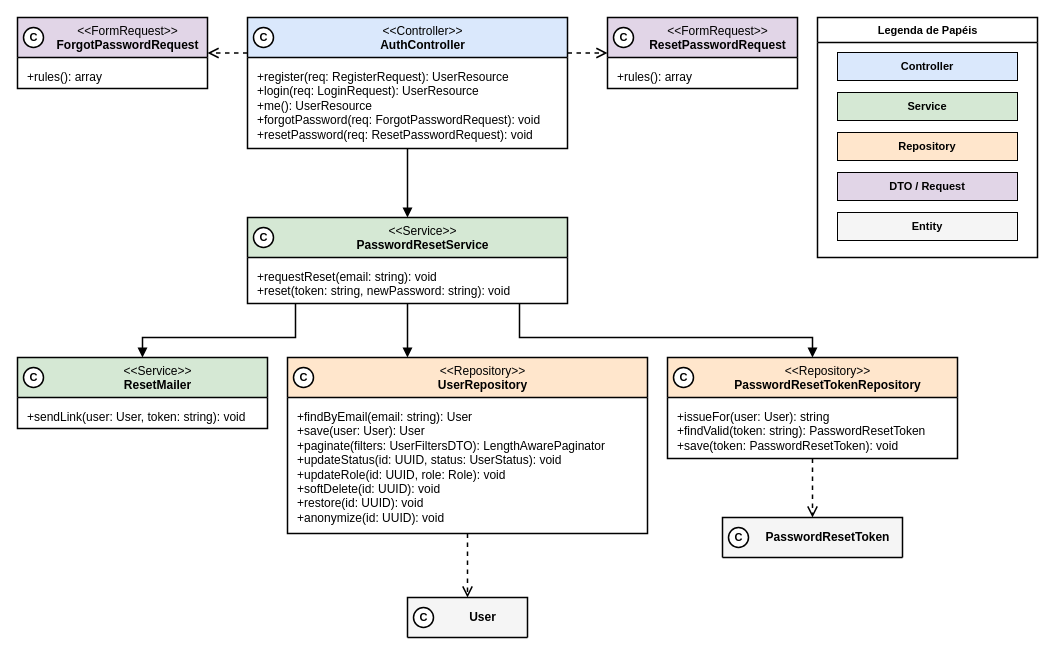
Above: especificacao/diagramas/13-classes-area-a-implementacao-recuperacao.drawio in Plataforma-de-Cursos-TCC/plataforma-cursos-docs (draw.io), before the change. Source tidied: cells renumbered, new cells numbered last; positions are measured from the earlier drawing's top-left corner, leaving out a move shared by most shapes. Both pictures are drawn from the tidied source at 100%, with x=0, y=0 at pixel (17, 17).
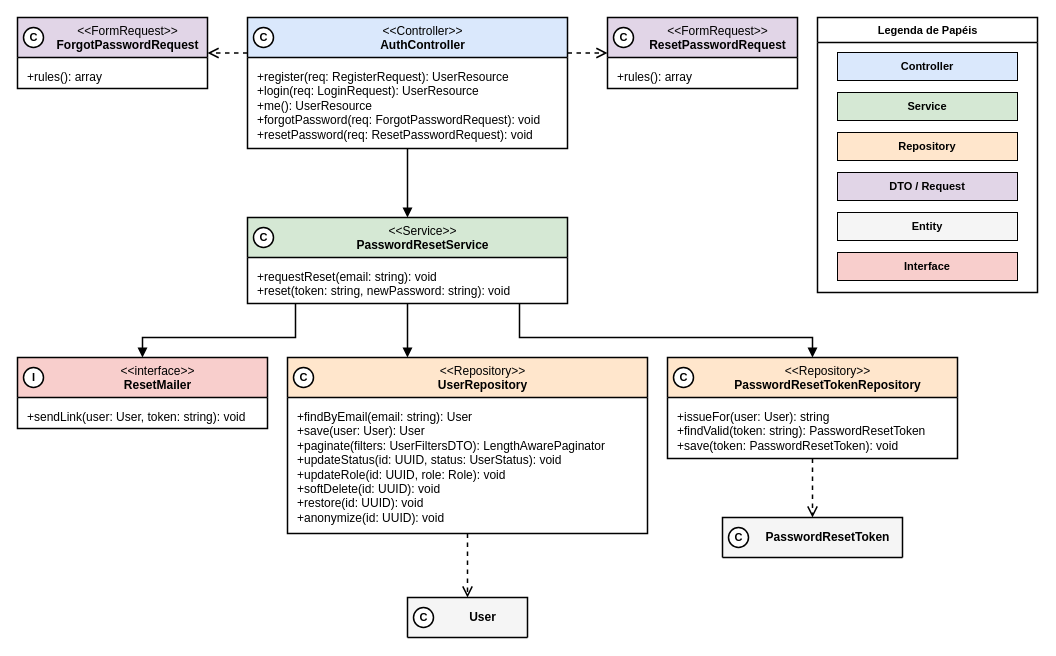
Above is the later version.

Commit message (it also covers changes not shown here):
docs(diagrama-de-classes): mark infrastructure contracts as interfaces

What changed in the source:
```diff
@@
-    <mxCell id="14" value="&amp;lt;&amp;lt;Service&amp;gt;&amp;gt;&lt;br&gt;&lt;b&gt;ResetMailer&lt;/b&gt;" style="swimlane;html=1;fontStyle=0;align=center;verticalAlign=top;startSize=40;fillColor=#D5E8D4;swimlaneFillColor=#FFFFFF;strokeColor=#000000;strokeWidth=1.5;fontFamily=Helvetica;fontSize=12;fontColor=#000000;rounded=0;spacingLeft=30;" parent="1" vertex="1">
+    <mxCell id="14" value="&amp;lt;&amp;lt;interface&amp;gt;&amp;gt;&lt;br&gt;&lt;b&gt;ResetMailer&lt;/b&gt;" style="swimlane;html=1;fontStyle=0;align=center;verticalAlign=top;startSize=40;fillColor=#F8CECC;swimlaneFillColor=#FFFFFF;strokeColor=#000000;strokeWidth=1.5;fontFamily=Helvetica;fontSize=12;fontColor=#000000;rounded=0;spacingLeft=30;" parent="1" vertex="1">
       <mxGeometry y="340" width="250" height="71" as="geometry" />
     </mxCell>
-    <mxCell id="15" value="C" style="ellipse;html=1;fillColor=#FFFFFF;strokeColor=#000000;strokeWidth=1.5;fontFamily=Helvetica;fontSize=11;fontStyle=1;fontColor=#000000;" parent="1" vertex="1">
+    <mxCell id="15" value="I" style="ellipse;html=1;fillColor=#FFFFFF;strokeColor=#000000;strokeWidth=1.5;fontFamily=Helvetica;fontSize=11;fontStyle=1;fontColor=#000000;" parent="1" vertex="1">
       <mxGeometry x="6" y="350" width="20" height="20" as="geometry" />
     </mxCell>
@@
     <mxCell id="27" value="&lt;b&gt;Legenda de Papéis&lt;/b&gt;" style="swimlane;html=1;fontStyle=0;align=center;verticalAlign=top;startSize=25;fillColor=#FFFFFF;swimlaneFillColor=#FFFFFF;strokeColor=#000000;strokeWidth=1.5;fontFamily=Helvetica;fontSize=11;fontColor=#000000;rounded=0;" parent="1" vertex="1">
-      <mxGeometry x="800" width="220" height="240" as="geometry" />
+      <mxGeometry x="800" width="220" height="275" as="geometry" />
     </mxCell>
@@
+    <mxCell id="41" value="&lt;b&gt;Interface&lt;/b&gt;" style="rounded=0;whiteSpace=wrap;html=1;fillColor=#F8CECC;strokeColor=#000000;strokeWidth=1;fontSize=11;fontFamily=Helvetica;fontColor=#000000;align=center;verticalAlign=middle;" parent="27" vertex="1">
+      <mxGeometry x="20" y="235" width="180" height="28" as="geometry" />
+    </mxCell>
```
